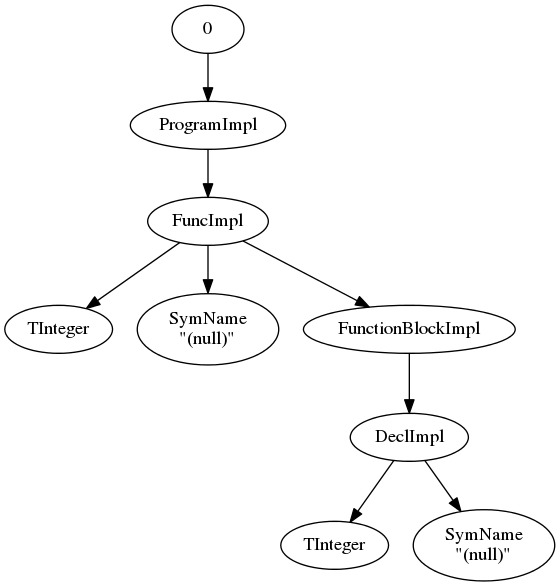
drewtaylors/cs160 keeps this Graphviz diagram as ast/testProgram.png. Above is the earlier version. Its source is kept beside it as ast/testProgram.dot.
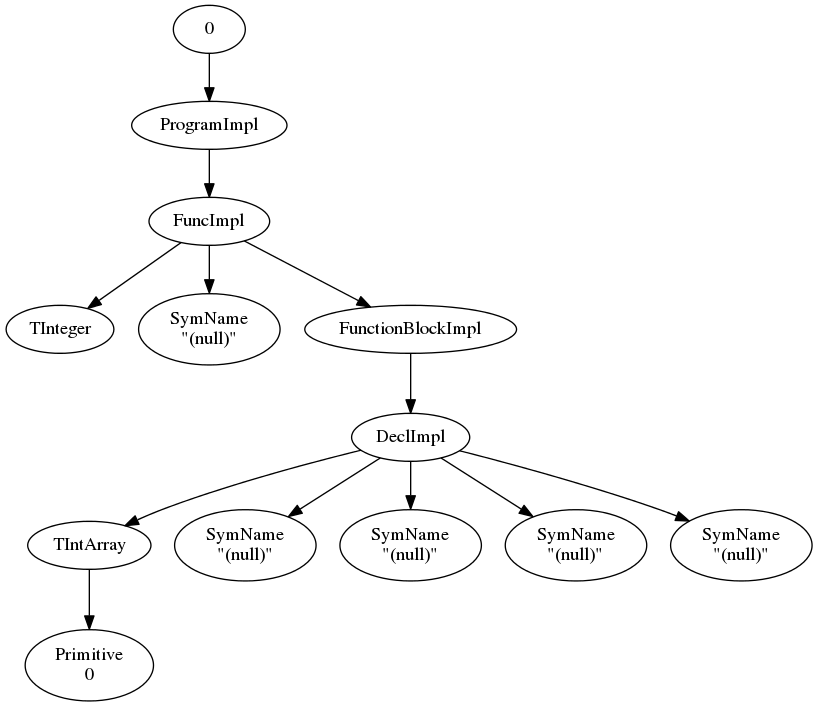
The same diagram one commit later.

What changed in the source:
```diff
@@ -12,7 +12,15 @@
 "5" -> "6"
 "6" [label="DeclImpl"]
 "6" -> "7"
-"7" [label="TInteger"]
-"6" -> "8"
-"8" [label="SymName\n\"(null)\""]
+"7" [label="TIntArray"]
+"7" -> "8"
+"8" [label="Primitive\n0"]
+"6" -> "9"
+"9" [label="SymName\n\"(null)\""]
+"6" -> "10"
+"10" [label="SymName\n\"(null)\""]
+"6" -> "11"
+"11" [label="SymName\n\"(null)\""]
+"6" -> "12"
+"12" [label="SymName\n\"(null)\""]
 };
```
